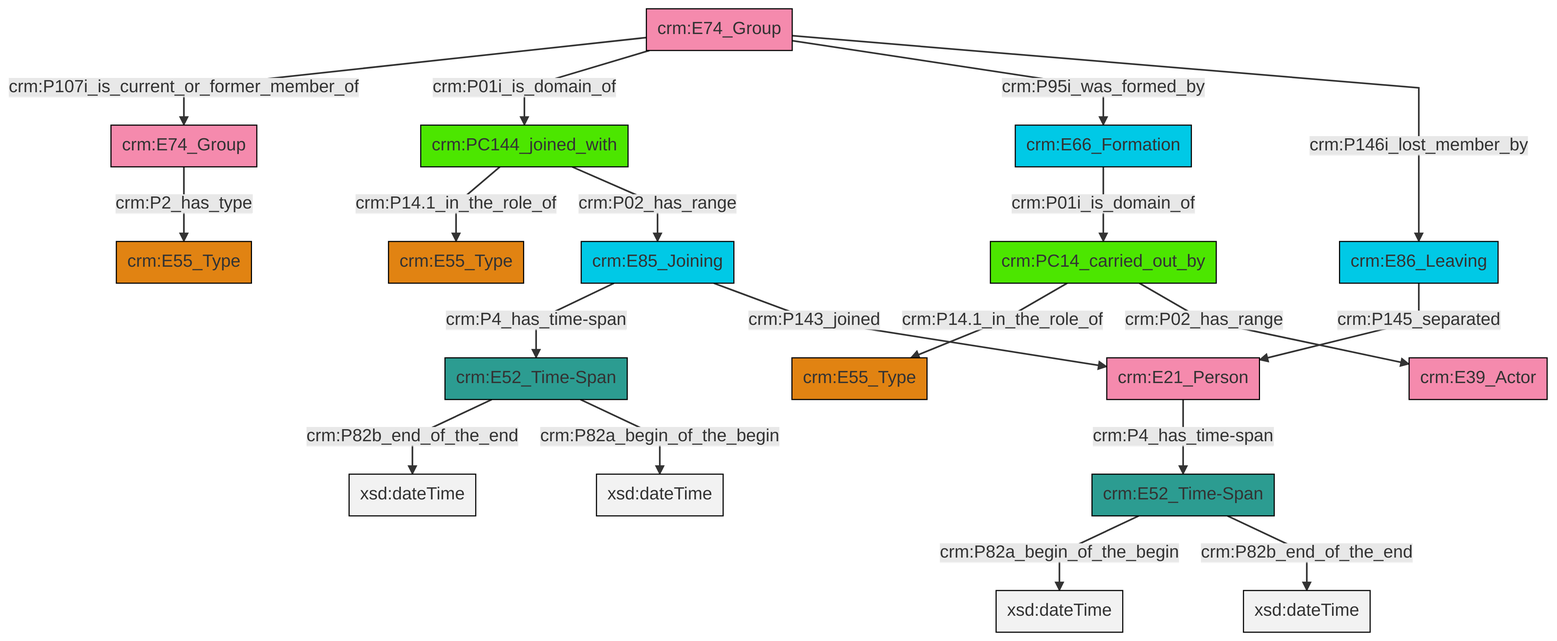
swiss-art-research-net/reference-data-models keeps this Mermaid diagram as et/groupCSV/ttl/mmd/png/group_actor_relations.png. Above is the earlier version. Its source is kept beside it as et/groupCSV/ttl/mmd/group_actor_relations.ttl.mmd. Source of this version:
```mermaid
graph TD
classDef Literal fill:#f2f2f2,stroke:#000000;
classDef CRM_Entity fill:#FFFFFF,stroke:#000000;
classDef Temporal_Entity fill:#00C9E6, stroke:#000000;
classDef Type fill:#E18312, stroke:#000000;
classDef Time-Span fill:#2C9C91, stroke:#000000;
classDef Appellation fill:#FFEB7F, stroke:#000000;
classDef Place fill:#008836, stroke:#000000;
classDef Persistent_Item fill:#B266B2, stroke:#000000;
classDef Conceptual_Object fill:#FFD700, stroke:#000000;
classDef Physical_Thing fill:#D2B48C, stroke:#000000;
classDef Actor fill:#f58aad, stroke:#000000;
classDef PC_Classes fill:#4ce600, stroke:#000000;
classDef Multi fill:#cccccc,stroke:#000000;

2["crm:PC14_carried_out_by"]:::PC_Classes -->|crm:P14.1_in_the_role_of| 3["crm:E55_Type"]:::Type
7["crm:PC144_joined_with"]:::PC_Classes -->|crm:P14.1_in_the_role_of| 8["crm:E55_Type"]:::Type
0["crm:E74_Group"]:::Actor -->|crm:P107i_is_current_or_former_member_of| 9["crm:E74_Group"]:::Actor
4["crm:E52_Time-Span"]:::Time-Span -->|crm:P82a_begin_of_the_begin| 10[xsd:dateTime]:::Literal
12["crm:E52_Time-Span"]:::Time-Span -->|crm:P82b_end_of_the_end| 14[xsd:dateTime]:::Literal
7["crm:PC144_joined_with"]:::PC_Classes -->|crm:P02_has_range| 15["crm:E85_Joining"]:::Temporal_Entity
16["crm:E86_Leaving"]:::Temporal_Entity -->|crm:P145_separated| 17["crm:E21_Person"]:::Actor
15["crm:E85_Joining"]:::Temporal_Entity -->|crm:P4_has_time-span| 12["crm:E52_Time-Span"]:::Time-Span
19["crm:E66_Formation"]:::Temporal_Entity -->|crm:P01i_is_domain_of| 2["crm:PC14_carried_out_by"]:::PC_Classes
12["crm:E52_Time-Span"]:::Time-Span -->|crm:P82a_begin_of_the_begin| 21[xsd:dateTime]:::Literal
0["crm:E74_Group"]:::Actor -->|crm:P01i_is_domain_of| 7["crm:PC144_joined_with"]:::PC_Classes
4["crm:E52_Time-Span"]:::Time-Span -->|crm:P82b_end_of_the_end| 29[xsd:dateTime]:::Literal
2["crm:PC14_carried_out_by"]:::PC_Classes -->|crm:P02_has_range| 26["crm:E39_Actor"]:::Actor
9["crm:E74_Group"]:::Actor -->|crm:P2_has_type| 24["crm:E55_Type"]:::Type
17["crm:E21_Person"]:::Actor -->|crm:P4_has_time-span| 4["crm:E52_Time-Span"]:::Time-Span
0["crm:E74_Group"]:::Actor -->|crm:P95i_was_formed_by| 19["crm:E66_Formation"]:::Temporal_Entity
15["crm:E85_Joining"]:::Temporal_Entity -->|crm:P143_joined| 17["crm:E21_Person"]:::Actor
0["crm:E74_Group"]:::Actor -->|crm:P146i_lost_member_by| 16["crm:E86_Leaving"]:::Temporal_Entity
```
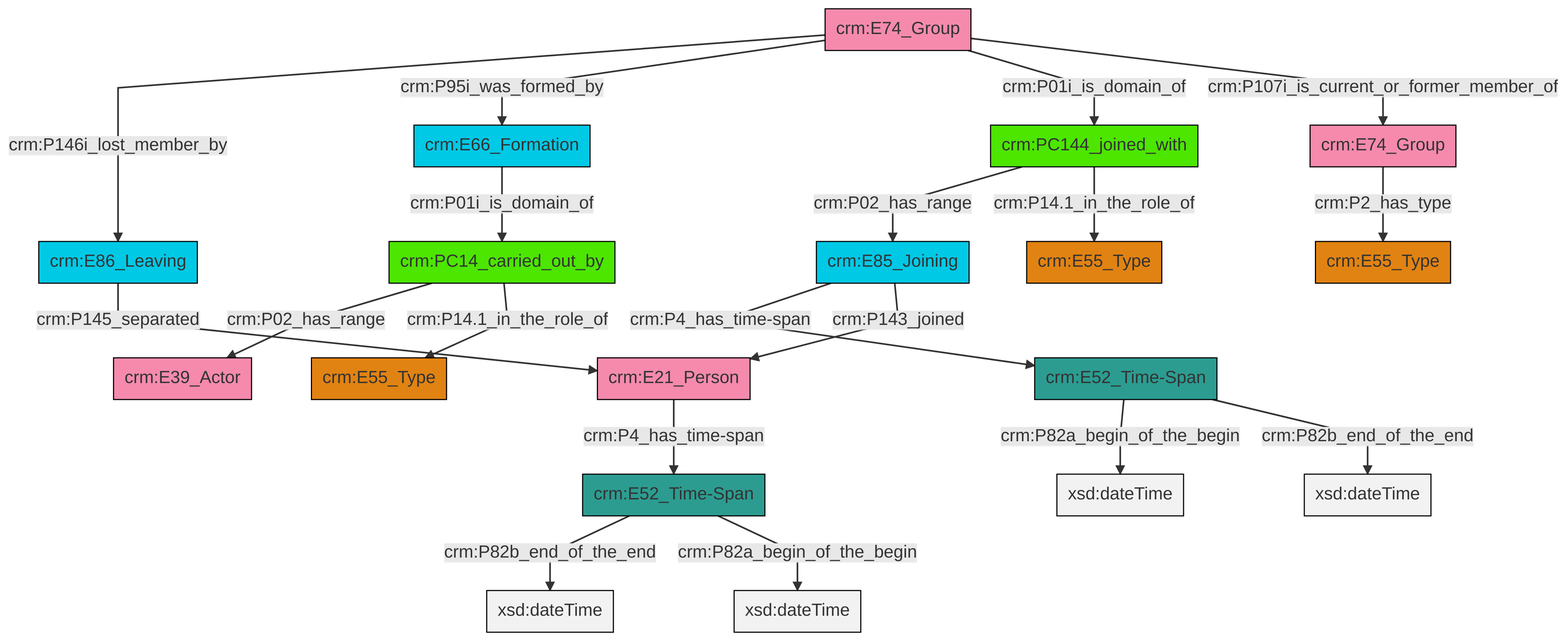
Above is the later version.

The edit, as a diff of the source:
```diff
@@ -13,21 +13,21 @@
 classDef PC_Classes fill:#4ce600, stroke:#000000;
 classDef Multi fill:#cccccc,stroke:#000000;
 
-2["crm:PC14_carried_out_by"]:::PC_Classes -->|crm:P14.1_in_the_role_of| 3["crm:E55_Type"]:::Type
-7["crm:PC144_joined_with"]:::PC_Classes -->|crm:P14.1_in_the_role_of| 8["crm:E55_Type"]:::Type
-0["crm:E74_Group"]:::Actor -->|crm:P107i_is_current_or_former_member_of| 9["crm:E74_Group"]:::Actor
-4["crm:E52_Time-Span"]:::Time-Span -->|crm:P82a_begin_of_the_begin| 10[xsd:dateTime]:::Literal
-12["crm:E52_Time-Span"]:::Time-Span -->|crm:P82b_end_of_the_end| 14[xsd:dateTime]:::Literal
-7["crm:PC144_joined_with"]:::PC_Classes -->|crm:P02_has_range| 15["crm:E85_Joining"]:::Temporal_Entity
-16["crm:E86_Leaving"]:::Temporal_Entity -->|crm:P145_separated| 17["crm:E21_Person"]:::Actor
-15["crm:E85_Joining"]:::Temporal_Entity -->|crm:P4_has_time-span| 12["crm:E52_Time-Span"]:::Time-Span
-19["crm:E66_Formation"]:::Temporal_Entity -->|crm:P01i_is_domain_of| 2["crm:PC14_carried_out_by"]:::PC_Classes
-12["crm:E52_Time-Span"]:::Time-Span -->|crm:P82a_begin_of_the_begin| 21[xsd:dateTime]:::Literal
-0["crm:E74_Group"]:::Actor -->|crm:P01i_is_domain_of| 7["crm:PC144_joined_with"]:::PC_Classes
-4["crm:E52_Time-Span"]:::Time-Span -->|crm:P82b_end_of_the_end| 29[xsd:dateTime]:::Literal
-2["crm:PC14_carried_out_by"]:::PC_Classes -->|crm:P02_has_range| 26["crm:E39_Actor"]:::Actor
-9["crm:E74_Group"]:::Actor -->|crm:P2_has_type| 24["crm:E55_Type"]:::Type
-17["crm:E21_Person"]:::Actor -->|crm:P4_has_time-span| 4["crm:E52_Time-Span"]:::Time-Span
-0["crm:E74_Group"]:::Actor -->|crm:P95i_was_formed_by| 19["crm:E66_Formation"]:::Temporal_Entity
-15["crm:E85_Joining"]:::Temporal_Entity -->|crm:P143_joined| 17["crm:E21_Person"]:::Actor
-0["crm:E74_Group"]:::Actor -->|crm:P146i_lost_member_by| 16["crm:E86_Leaving"]:::Temporal_Entity
+2["crm:E52_Time-Span"]:::Time-Span -->|crm:P82a_begin_of_the_begin| 3[xsd:dateTime]:::Literal
+4["crm:PC14_carried_out_by"]:::PC_Classes -->|crm:P02_has_range| 5["crm:E39_Actor"]:::Actor
+9["crm:E74_Group"]:::Actor -->|crm:P146i_lost_member_by| 10["crm:E86_Leaving"]:::Temporal_Entity
+9["crm:E74_Group"]:::Actor -->|crm:P95i_was_formed_by| 11["crm:E66_Formation"]:::Temporal_Entity
+13["crm:E74_Group"]:::Actor -->|crm:P2_has_type| 0["crm:E55_Type"]:::Type
+9["crm:E74_Group"]:::Actor -->|crm:P01i_is_domain_of| 14["crm:PC144_joined_with"]:::PC_Classes
+4["crm:PC14_carried_out_by"]:::PC_Classes -->|crm:P14.1_in_the_role_of| 6["crm:E55_Type"]:::Type
+10["crm:E86_Leaving"]:::Temporal_Entity -->|crm:P145_separated| 15["crm:E21_Person"]:::Actor
+17["crm:E52_Time-Span"]:::Time-Span -->|crm:P82b_end_of_the_end| 18[xsd:dateTime]:::Literal
+11["crm:E66_Formation"]:::Temporal_Entity -->|crm:P01i_is_domain_of| 4["crm:PC14_carried_out_by"]:::PC_Classes
+9["crm:E74_Group"]:::Actor -->|crm:P107i_is_current_or_former_member_of| 13["crm:E74_Group"]:::Actor
+19["crm:E85_Joining"]:::Temporal_Entity -->|crm:P4_has_time-span| 2["crm:E52_Time-Span"]:::Time-Span
+14["crm:PC144_joined_with"]:::PC_Classes -->|crm:P02_has_range| 19["crm:E85_Joining"]:::Temporal_Entity
+2["crm:E52_Time-Span"]:::Time-Span -->|crm:P82b_end_of_the_end| 24[xsd:dateTime]:::Literal
+14["crm:PC144_joined_with"]:::PC_Classes -->|crm:P14.1_in_the_role_of| 25["crm:E55_Type"]:::Type
+19["crm:E85_Joining"]:::Temporal_Entity -->|crm:P143_joined| 15["crm:E21_Person"]:::Actor
+17["crm:E52_Time-Span"]:::Time-Span -->|crm:P82a_begin_of_the_begin| 32[xsd:dateTime]:::Literal
+15["crm:E21_Person"]:::Actor -->|crm:P4_has_time-span| 17["crm:E52_Time-Span"]:::Time-Span
```
